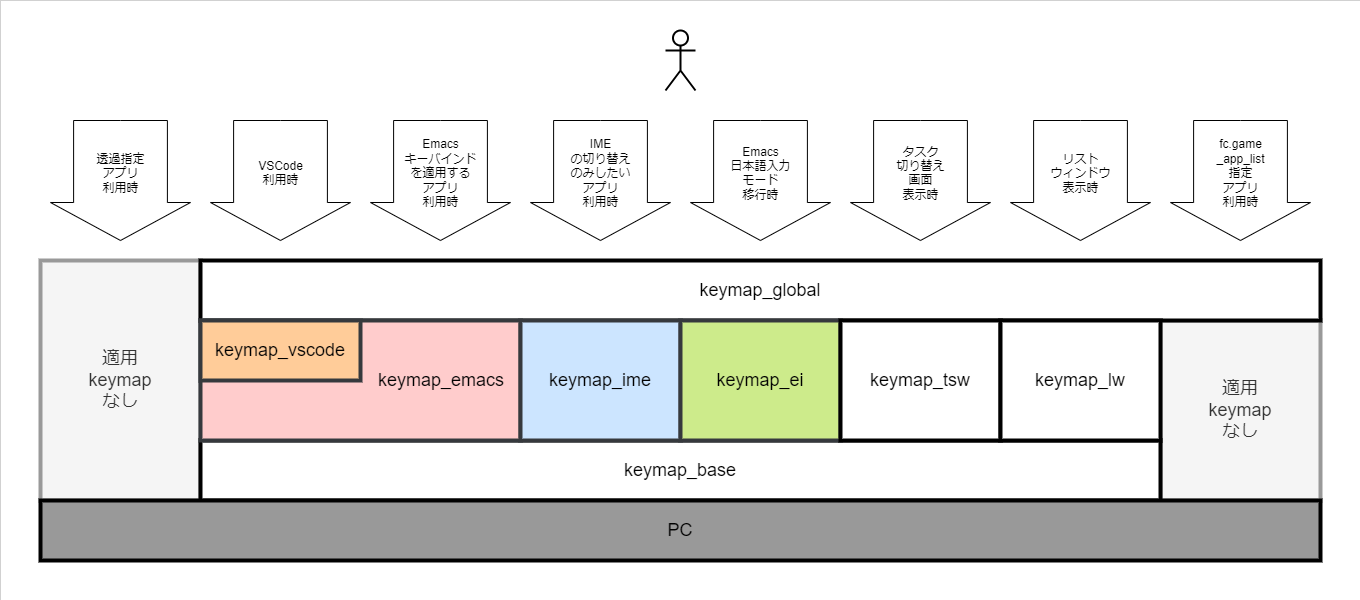
Earlier version of the draw.io export fakeymacs_manuals/keymap_layer.png (smzht/fakeymacs). Source tidied: cells renumbered, new cells last; positions are measured from the earlier drawing's top-left corner, leaving out a move shared by most shapes.
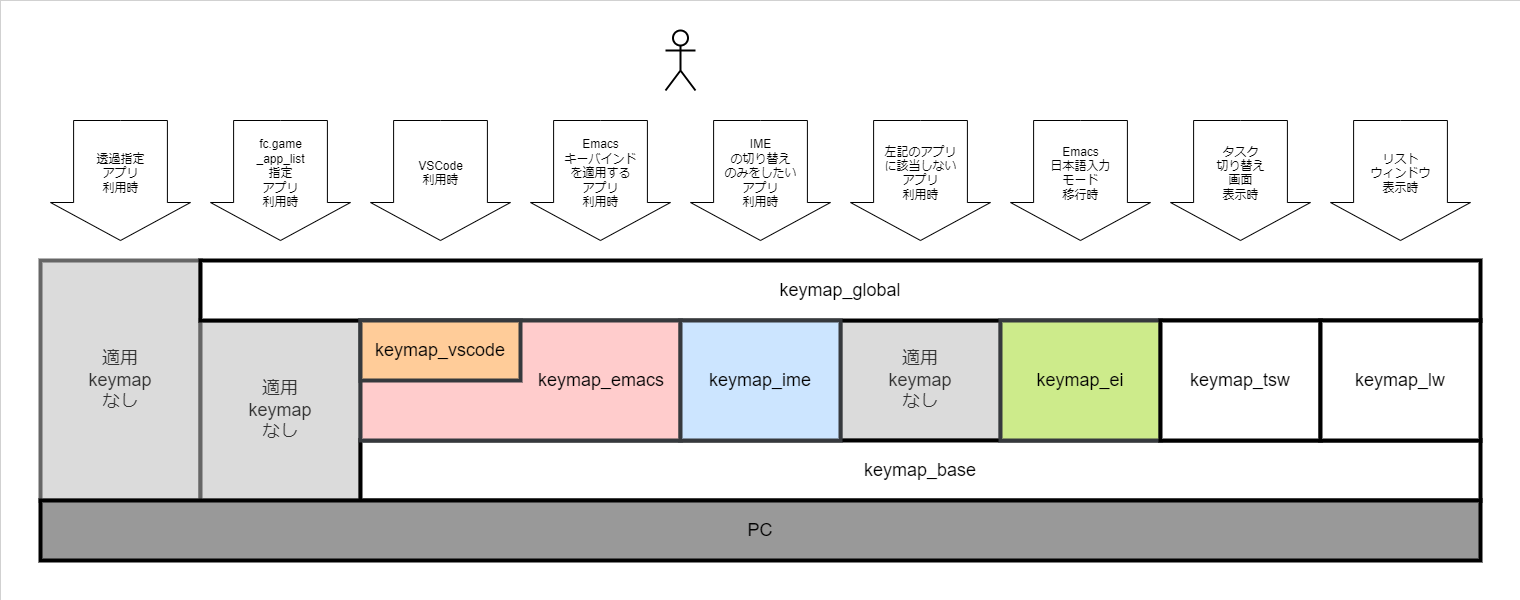
After the commit.

Commit message:
図の見直し

Diff of the diagram source:
```diff
@@ -3,67 +3,73 @@
     <mxCell id="0" />
     <mxCell id="1" parent="0" />
     <mxCell id="2" style="rounded=0;whiteSpace=wrap;html=1;strokeWidth=0;" parent="1" vertex="1">
-      <mxGeometry width="1360" height="600" as="geometry" />
+      <mxGeometry width="1520" height="600" as="geometry" />
     </mxCell>
+    <mxCell id="23" value="適用&lt;br style=&quot;font-size: 18px;&quot;&gt;keymap&lt;br style=&quot;font-size: 18px;&quot;&gt;なし" style="rounded=0;whiteSpace=wrap;html=1;strokeWidth=4;fontSize=18;fillColor=#dbdbdb;fontColor=#333333;strokeColor=#666666;" parent="1" vertex="1">
+      <mxGeometry x="840" y="320" width="160" height="120" as="geometry" />
+    </mxCell>
-    <mxCell id="3" value="適用&lt;br style=&quot;font-size: 18px;&quot;&gt;keymap&lt;br style=&quot;font-size: 18px;&quot;&gt;なし" style="rounded=0;whiteSpace=wrap;html=1;strokeWidth=4;fontSize=18;fillColor=#f5f5f5;fontColor=#333333;strokeColor=#999999;" parent="1" vertex="1">
+    <mxCell id="3" value="適用&lt;br style=&quot;font-size: 18px;&quot;&gt;keymap&lt;br style=&quot;font-size: 18px;&quot;&gt;なし" style="rounded=0;whiteSpace=wrap;html=1;strokeWidth=4;fontSize=18;fillColor=#dbdbdb;fontColor=#333333;strokeColor=#666666;" parent="1" vertex="1">
       <mxGeometry x="40" y="260" width="160" height="240" as="geometry" />
     </mxCell>
-    <mxCell id="4" value="適用&lt;br style=&quot;font-size: 18px;&quot;&gt;keymap&lt;br style=&quot;font-size: 18px;&quot;&gt;なし" style="rounded=0;whiteSpace=wrap;html=1;strokeWidth=4;fontSize=18;fillColor=#f5f5f5;fontColor=#333333;strokeColor=#999999;" parent="1" vertex="1">
-      <mxGeometry x="1160" y="320" width="160" height="180" as="geometry" />
+    <mxCell id="4" value="適用&lt;br style=&quot;font-size: 18px;&quot;&gt;keymap&lt;br style=&quot;font-size: 18px;&quot;&gt;なし" style="rounded=0;whiteSpace=wrap;html=1;strokeWidth=4;fontSize=18;fillColor=#dbdbdb;fontColor=#333333;strokeColor=#666666;" parent="1" vertex="1">
+      <mxGeometry x="200" y="320" width="160" height="180" as="geometry" />
     </mxCell>
     <mxCell id="5" value="&lt;font style=&quot;font-size: 18px;&quot;&gt;keymap_global&lt;br&gt;&lt;/font&gt;" style="rounded=0;whiteSpace=wrap;html=1;strokeWidth=4;align=center;" parent="1" vertex="1">
-      <mxGeometry x="200" y="260" width="1120" height="60" as="geometry" />
+      <mxGeometry x="200" y="260" width="1280" height="60" as="geometry" />
     </mxCell>
     <mxCell id="6" value="&lt;font style=&quot;font-size: 18px;&quot;&gt;keymap_base&lt;/font&gt;" style="rounded=0;whiteSpace=wrap;html=1;strokeWidth=4;" parent="1" vertex="1">
-      <mxGeometry x="200" y="440" width="960" height="60" as="geometry" />
+      <mxGeometry x="360" y="440" width="1120" height="60" as="geometry" />
     </mxCell>
     <mxCell id="7" value="&lt;font style=&quot;font-size: 18px;&quot;&gt;　　　　　　　　　keymap_emacs&lt;/font&gt;" style="rounded=0;whiteSpace=wrap;html=1;strokeWidth=4;fillColor=#ffcccc;strokeColor=#36393d;" parent="1" vertex="1">
-      <mxGeometry x="200" y="320" width="320" height="120" as="geometry" />
+      <mxGeometry x="360" y="320" width="320" height="120" as="geometry" />
     </mxCell>
     <mxCell id="8" value="&lt;font style=&quot;font-size: 18px;&quot;&gt;keymap_ime&lt;/font&gt;" style="rounded=0;whiteSpace=wrap;html=1;strokeWidth=4;fillColor=#cce5ff;strokeColor=#36393d;" parent="1" vertex="1">
-      <mxGeometry x="520" y="320" width="160" height="120" as="geometry" />
+      <mxGeometry x="680" y="320" width="160" height="120" as="geometry" />
     </mxCell>
     <mxCell id="9" value="&lt;font style=&quot;font-size: 18px;&quot;&gt;keymap_ei&lt;/font&gt;" style="rounded=0;whiteSpace=wrap;html=1;strokeWidth=4;fillColor=#cdeb8b;strokeColor=#36393d;" parent="1" vertex="1">
-      <mxGeometry x="680" y="320" width="160" height="120" as="geometry" />
+      <mxGeometry x="1000" y="320" width="160" height="120" as="geometry" />
     </mxCell>
     <mxCell id="10" value="&lt;font style=&quot;font-size: 18px;&quot;&gt;keymap_tsw&lt;/font&gt;" style="rounded=0;whiteSpace=wrap;html=1;strokeWidth=4;" parent="1" vertex="1">
-      <mxGeometry x="840" y="320" width="160" height="120" as="geometry" />
+      <mxGeometry x="1160" y="320" width="160" height="120" as="geometry" />
     </mxCell>
     <mxCell id="11" value="&lt;font style=&quot;font-size: 18px;&quot;&gt;keymap_lw&lt;/font&gt;" style="rounded=0;whiteSpace=wrap;html=1;strokeWidth=4;" parent="1" vertex="1">
-      <mxGeometry x="1000" y="320" width="160" height="120" as="geometry" />
+      <mxGeometry x="1320" y="320" width="160" height="120" as="geometry" />
     </mxCell>
     <mxCell id="12" value="&lt;font style=&quot;font-size: 18px;&quot;&gt;keymap_vscode&lt;/font&gt;" style="rounded=0;whiteSpace=wrap;html=1;strokeWidth=4;fillColor=#ffcc99;strokeColor=#36393d;" parent="1" vertex="1">
-      <mxGeometry x="200" y="320" width="160" height="60" as="geometry" />
+      <mxGeometry x="360" y="320" width="160" height="60" as="geometry" />
     </mxCell>
     <mxCell id="13" value="リスト&lt;br&gt;ウィンドウ&lt;br&gt;表示時&lt;br&gt;　" style="html=1;shadow=0;dashed=0;align=center;verticalAlign=middle;shape=mxgraph.arrows2.arrow;dy=0.33;dx=38;direction=south;notch=0;strokeWidth=1;" parent="1" vertex="1">
-      <mxGeometry x="1010" y="120" width="140" height="120" as="geometry" />
+      <mxGeometry x="1330" y="120" width="140" height="120" as="geometry" />
     </mxCell>
     <mxCell id="14" value="タスク&lt;br&gt;切り替え&lt;br&gt;画面&lt;br&gt;表示時&lt;br&gt;　" style="html=1;shadow=0;dashed=0;align=center;verticalAlign=middle;shape=mxgraph.arrows2.arrow;dy=0.33;dx=38;direction=south;notch=0;strokeWidth=1;" parent="1" vertex="1">
-      <mxGeometry x="850" y="120" width="140" height="120" as="geometry" />
+      <mxGeometry x="1170" y="120" width="140" height="120" as="geometry" />
     </mxCell>
     <mxCell id="15" value="Emacs&lt;br&gt;日本語入力&lt;br&gt;モード&lt;br&gt;移行時&lt;br&gt;　" style="html=1;shadow=0;dashed=0;align=center;verticalAlign=middle;shape=mxgraph.arrows2.arrow;dy=0.33;dx=38;direction=south;notch=0;strokeWidth=1;" parent="1" vertex="1">
-      <mxGeometry x="690" y="120" width="140" height="120" as="geometry" />
+      <mxGeometry x="1010" y="120" width="140" height="120" as="geometry" />
     </mxCell>
-    <mxCell id="16" value="IME&lt;br&gt;の切り替え&lt;br&gt;のみしたい&lt;br&gt;アプリ&lt;br&gt;利用時&lt;br&gt;　" style="html=1;shadow=0;dashed=0;align=center;verticalAlign=middle;shape=mxgraph.arrows2.arrow;dy=0.33;dx=38;direction=south;notch=0;strokeWidth=1;" parent="1" vertex="1">
-      <mxGeometry x="530" y="120" width="140" height="120" as="geometry" />
+    <mxCell id="16" value="IME&lt;br&gt;の切り替え&lt;br&gt;のみをしたい&lt;br&gt;アプリ&lt;br&gt;利用時&lt;br&gt;　" style="html=1;shadow=0;dashed=0;align=center;verticalAlign=middle;shape=mxgraph.arrows2.arrow;dy=0.33;dx=38;direction=south;notch=0;strokeWidth=1;" parent="1" vertex="1">
+      <mxGeometry x="690" y="120" width="140" height="120" as="geometry" />
     </mxCell>
     <mxCell id="17" value="VSCode&lt;br&gt;利用時&lt;br&gt;　" style="html=1;shadow=0;dashed=0;align=center;verticalAlign=middle;shape=mxgraph.arrows2.arrow;dy=0.33;dx=38;direction=south;notch=0;strokeWidth=1;" parent="1" vertex="1">
-      <mxGeometry x="210" y="120" width="140" height="120" as="geometry" />
+      <mxGeometry x="370" y="120" width="140" height="120" as="geometry" />
     </mxCell>
     <mxCell id="18" value="Emacs&lt;br&gt;キーバインド&lt;br&gt;を適用する&lt;br&gt;アプリ&lt;br&gt;利用時&lt;br&gt;　" style="html=1;shadow=0;dashed=0;align=center;verticalAlign=middle;shape=mxgraph.arrows2.arrow;dy=0.33;dx=38;direction=south;notch=0;strokeWidth=1;" parent="1" vertex="1">
-      <mxGeometry x="370" y="120" width="140" height="120" as="geometry" />
+      <mxGeometry x="530" y="120" width="140" height="120" as="geometry" />
     </mxCell>
     <mxCell id="19" value="fc.game&lt;br&gt;_app_list&lt;br&gt;指定&lt;br&gt;アプリ&lt;br&gt;利用時&lt;br&gt;　" style="html=1;shadow=0;dashed=0;align=center;verticalAlign=middle;shape=mxgraph.arrows2.arrow;dy=0.33;dx=38;direction=south;notch=0;strokeWidth=1;" parent="1" vertex="1">
-      <mxGeometry x="1170" y="120" width="140" height="120" as="geometry" />
+      <mxGeometry x="210" y="120" width="140" height="120" as="geometry" />
     </mxCell>
     <mxCell id="20" value="透過指定&lt;br&gt;アプリ&lt;br&gt;利用時&lt;br&gt;　" style="html=1;shadow=0;dashed=0;align=center;verticalAlign=middle;shape=mxgraph.arrows2.arrow;dy=0.33;dx=38;direction=south;notch=0;strokeWidth=1;" parent="1" vertex="1">
       <mxGeometry x="50" y="120" width="140" height="120" as="geometry" />
     </mxCell>
     <mxCell id="21" value="&lt;font style=&quot;font-size: 18px;&quot;&gt;PC&lt;/font&gt;" style="rounded=0;whiteSpace=wrap;html=1;strokeWidth=4;fillColor=#999999;" parent="1" vertex="1">
-      <mxGeometry x="40" y="500" width="1280" height="60" as="geometry" />
+      <mxGeometry x="40" y="500" width="1440" height="60" as="geometry" />
     </mxCell>
     <mxCell id="22" style="shape=umlActor;verticalLabelPosition=bottom;verticalAlign=top;html=1;strokeWidth=2;" parent="1" vertex="1">
       <mxGeometry x="665" y="30" width="30" height="60" as="geometry" />
     </mxCell>
+    <mxCell id="24" value="左記のアプリ&lt;br&gt;に該当しない&lt;br&gt;アプリ&lt;br&gt;利用時&lt;br&gt;&amp;nbsp;" style="html=1;shadow=0;dashed=0;align=center;verticalAlign=middle;shape=mxgraph.arrows2.arrow;dy=0.33;dx=38;direction=south;notch=0;strokeWidth=1;" parent="1" vertex="1">
+      <mxGeometry x="850" y="120" width="140" height="120" as="geometry" />
+    </mxCell>
   </root>
 </mxGraphModel>
```
